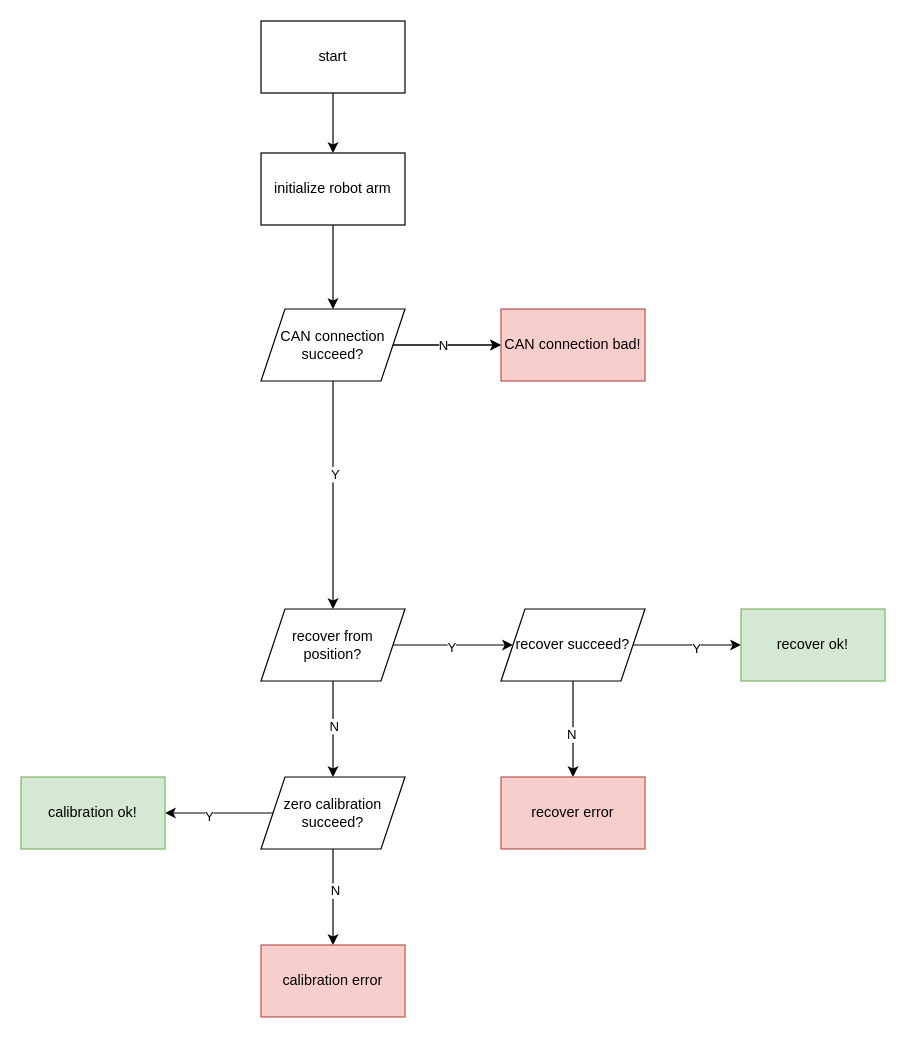
The draw.io diagram page "第 7 页" (7 of 7) of 未命名绘图.drawio in enpeizhao/drawio_disk, before the edit. Source tidied: cells renumbered, new cells numbered last; positions are measured from the earlier drawing's top-left corner, leaving out a move shared by most shapes. Both pictures are drawn from the tidied source at 120%, with x=0, y=0 at pixel (20, 20).
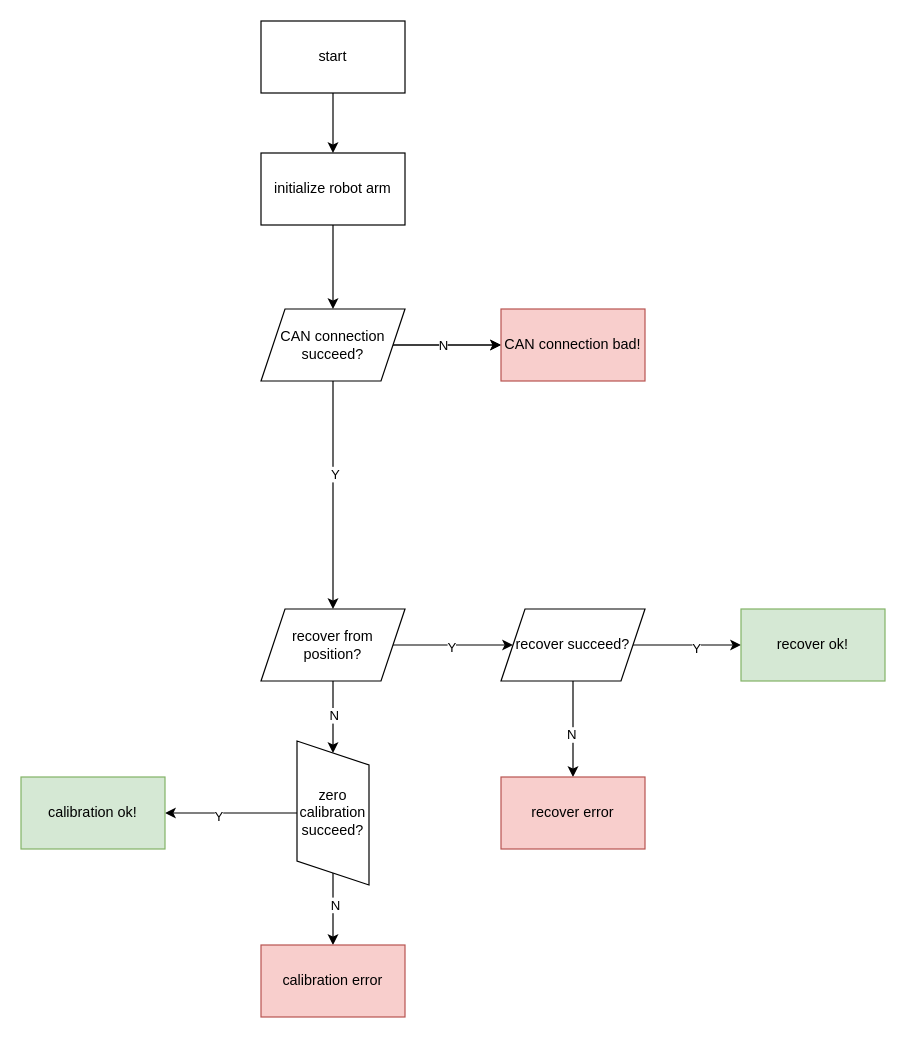
Above is the later version.

Commit message:
更新未命名绘图.drawio

Diff of the diagram source:
```diff
@@
-    <mxCell id="15" value="zero calibration succeed?" style="shape=parallelogram;perimeter=parallelogramPerimeter;whiteSpace=wrap;html=1;fixedSize=1;rounded=0;" parent="1" vertex="1">
-      <mxGeometry x="200" y="630" width="120" height="60" as="geometry" />
+    <mxCell id="15" value="zero calibration succeed?" style="shape=parallelogram;perimeter=parallelogramPerimeter;whiteSpace=wrap;html=1;fixedSize=1;rounded=0;direction=south;" parent="1" vertex="1">
+      <mxGeometry x="230" y="600" width="60" height="120" as="geometry" />
     </mxCell>
```
